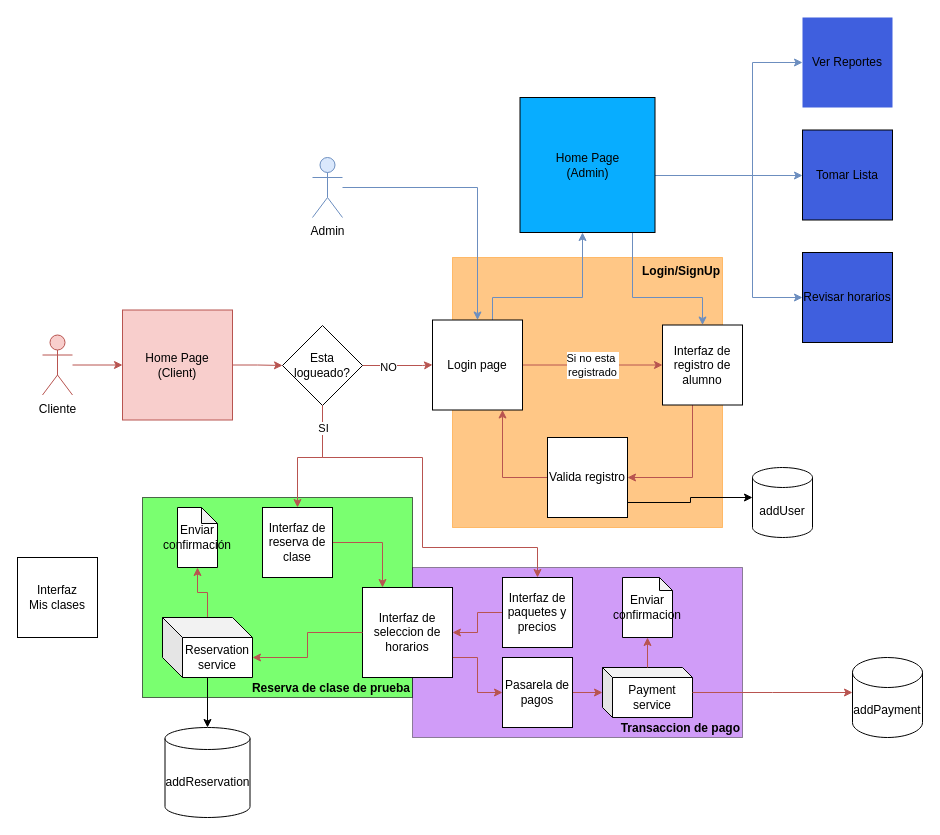
Before: Untitled Diagram.drawio in guillermo9301/isil-final-project, a draw.io diagram. Source tidied: cells renumbered, new cells numbered last; positions are measured from the earlier drawing's top-left corner, leaving out a move shared by most shapes. Both pictures are drawn from the tidied source at 100%, with x=0, y=0 at pixel (17, 17).
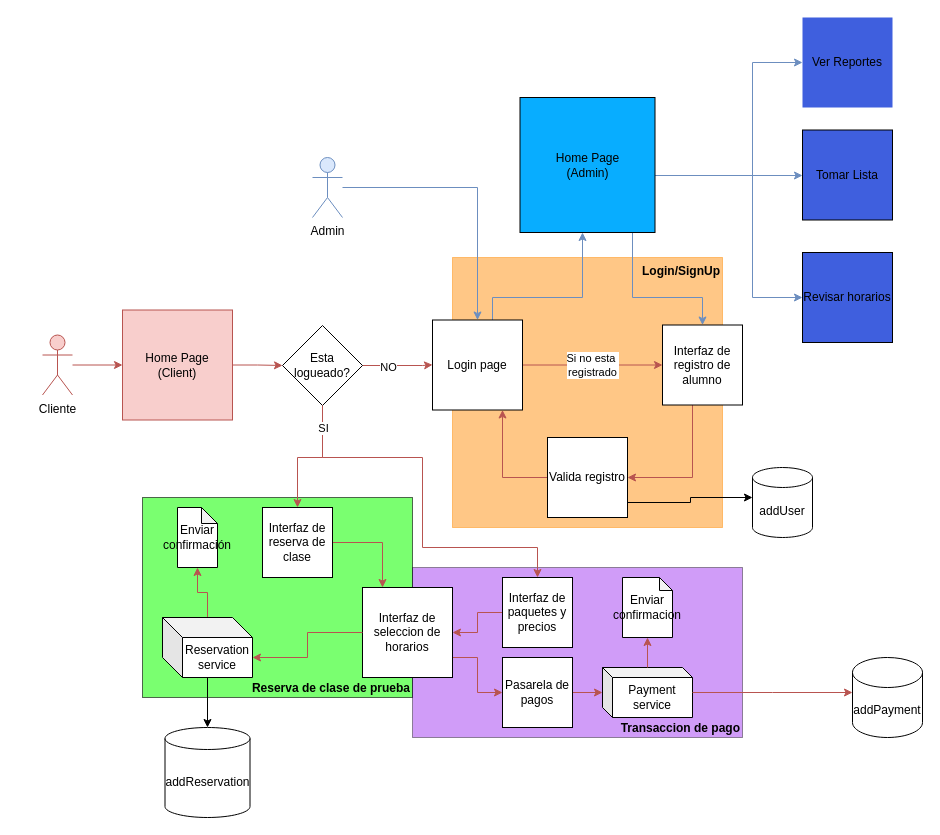
After the change.

The edit, as a diff of the source:
```diff
@@
-    <mxCell id="53" value="&lt;div&gt;Interfaz&lt;/div&gt;Mis clases" style="whiteSpace=wrap;html=1;" parent="1" vertex="1">
-      <mxGeometry y="540" width="80" height="80" as="geometry" />
-    </mxCell>
```
